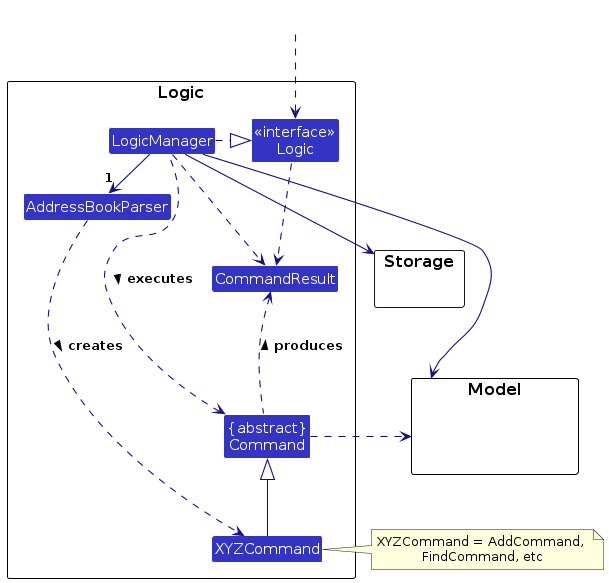
The PlantUML diagram diagrams/LogicClassDiagram.png in RoeReRe/tp, before a commit. Its source is kept beside it as diagrams/LogicClassDiagram.puml.
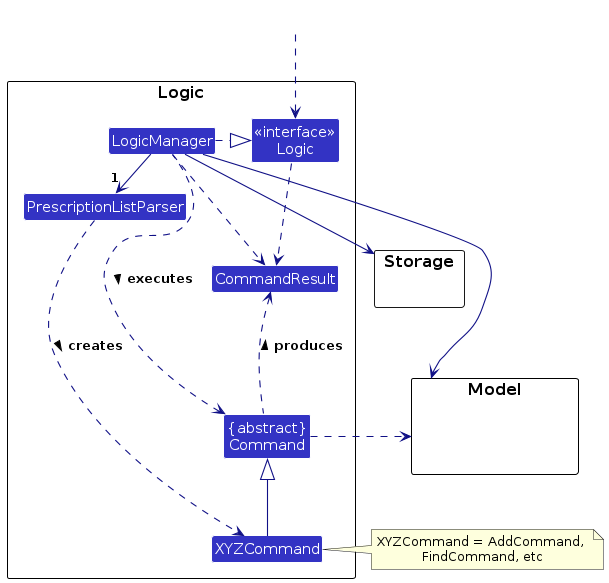
The same diagram one commit later.

Diff of the diagram source:
```diff
@@ -6,7 +6,7 @@
 
 package Logic as LogicPackage {
 
-Class AddressBookParser
+Class PrescriptionListParser
 Class XYZCommand
 Class CommandResult
 Class "{abstract}\nCommand" as Command
@@ -27,8 +27,8 @@
 HiddenOutside ..> Logic
 
 LogicManager .right.|> Logic
-LogicManager -right->"1" AddressBookParser
-AddressBookParser ..> XYZCommand : creates >
+LogicManager -right->"1" PrescriptionListParser
+PrescriptionListParser ..> XYZCommand : creates >
 
 XYZCommand -up-|> Command
 LogicManager .left.> Command : executes >
```
